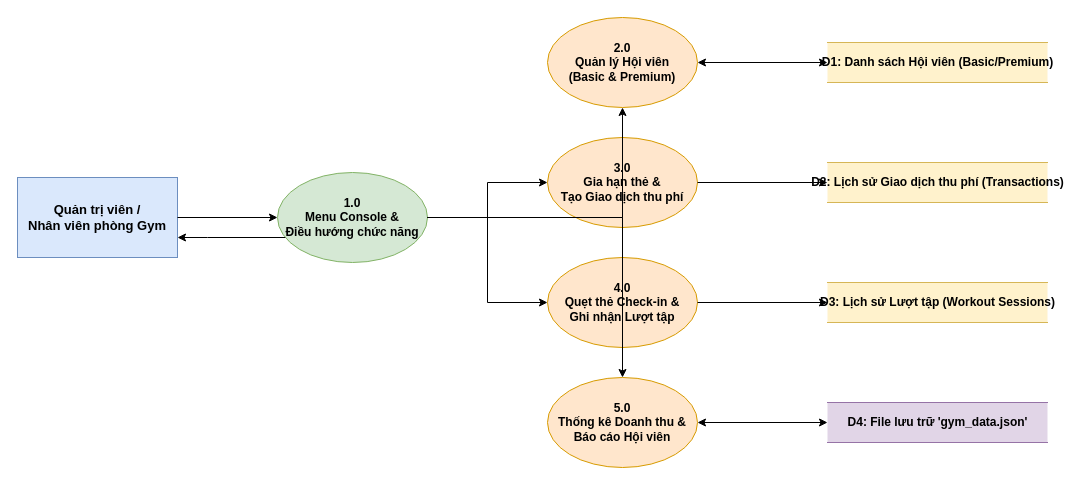
This is page "Data Flow Diagram" (3 of 3) of docs/UML.drawio from LuongKhaiAn/btl-python-nhom7, a draw.io file, before an edit. Source tidied: cells renumbered, new cells numbered last; positions are measured from the earlier drawing's top-left corner, leaving out a move shared by most shapes. Both pictures are drawn from the tidied source at 100%, with x=0, y=0 at pixel (17, 17).
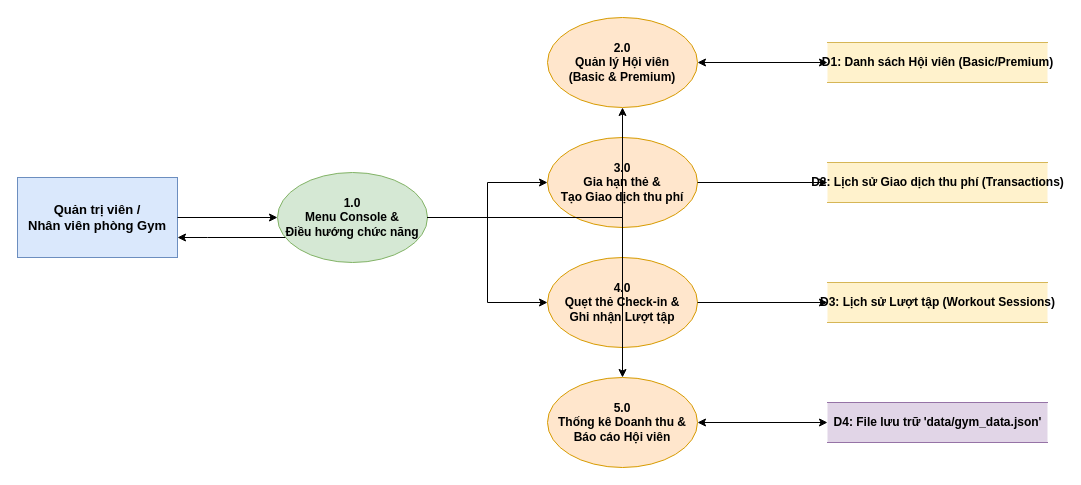
The same page after the edit.

Change to the diagram source:
```diff
@@
-    <mxCell id="11" value="D4: File lưu trữ 'gym_data.json'" style="html=1;dashed=0;whitespace=wrap;shape=partialRectangle;right=0;left=0;fillColor=#e1d5e7;strokeColor=#9673a6;fontStyle=1;" parent="1" vertex="1">
+    <mxCell id="11" value="D4: File lưu trữ 'data/gym_data.json'" style="html=1;dashed=0;whitespace=wrap;shape=partialRectangle;right=0;left=0;fillColor=#e1d5e7;strokeColor=#9673a6;fontStyle=1;" parent="1" vertex="1">
       <mxGeometry x="810" y="385" width="220" height="40" as="geometry" />
     </mxCell>
```
